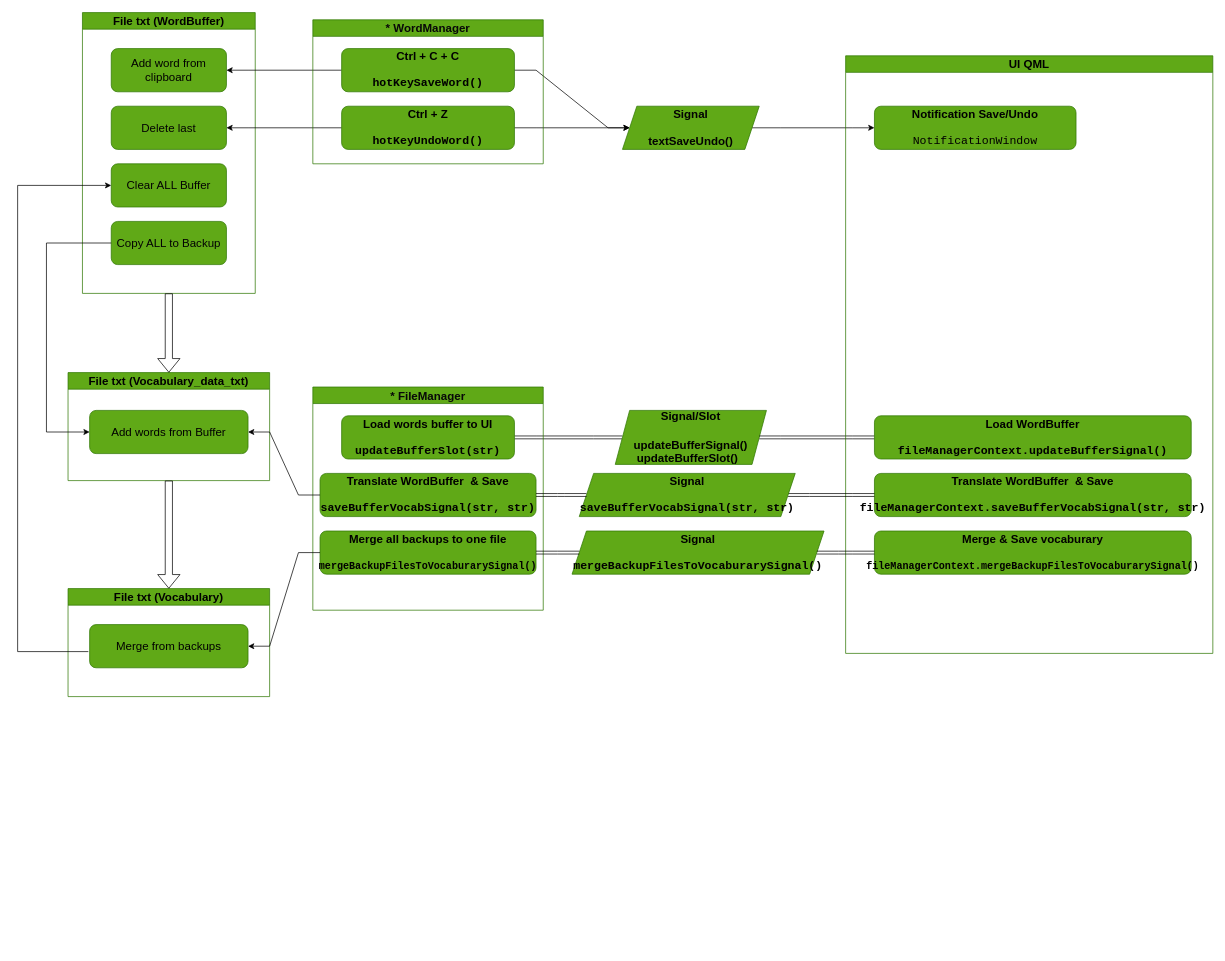
This is Logic.drawio from Spectre944/RememberIt, a draw.io file, before an edit. Source tidied: cells renumbered, new cells numbered last; positions are measured from the earlier drawing's top-left corner, leaving out a move shared by most shapes. Both pictures are drawn from the tidied source at 72%, with x=0, y=0 at pixel (17, 12).
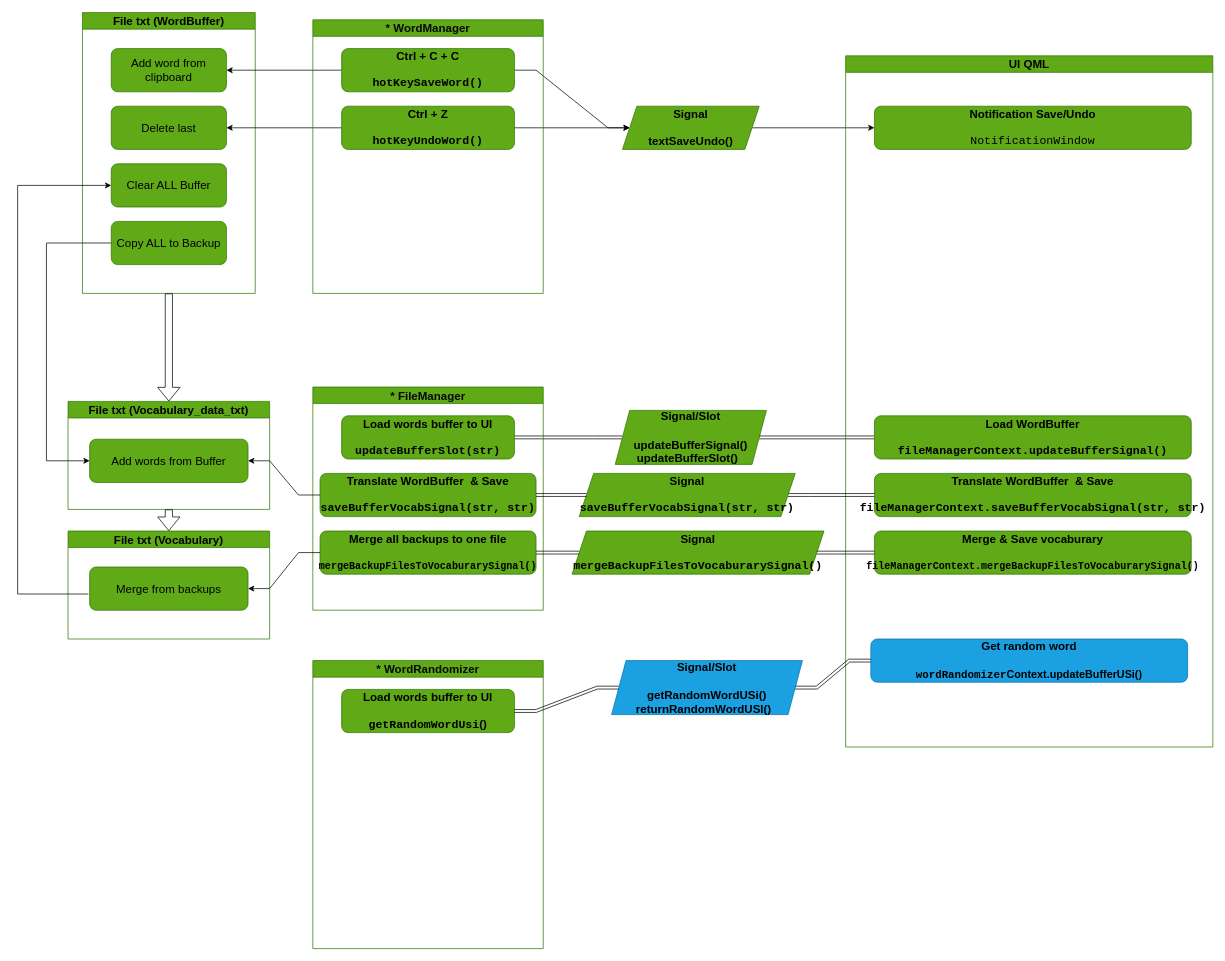
The same diagram, later.

Unchanged cells that the change refers to:
```xml
<mxCell id="12" value="&lt;font color=&quot;#030303&quot; style=&quot;font-size: 16px;&quot;&gt;Clear ALL Buffer&lt;/font&gt;" style="rounded=1;whiteSpace=wrap;html=1;fillColor=#60a917;fontColor=#ffffff;strokeColor=#2D7600;fontSize=16;" parent="9" vertex="1">
  <mxGeometry x="40" y="210" width="160" height="60" as="geometry" />
</mxCell>
<mxCell id="13" value="&lt;font color=&quot;#030303&quot; style=&quot;font-size: 16px;&quot;&gt;Copy ALL to Backup&lt;/font&gt;" style="rounded=1;whiteSpace=wrap;html=1;fillColor=#60a917;fontColor=#ffffff;strokeColor=#2D7600;fontSize=16;" parent="9" vertex="1">
  <mxGeometry x="40" y="290" width="160" height="60" as="geometry" />
</mxCell>
<mxCell id="29" value="&lt;font color=&quot;#000000&quot; style=&quot;font-size: 16px;&quot;&gt;Add words from Buffer&lt;/font&gt;" style="rounded=1;whiteSpace=wrap;html=1;fillColor=#60a917;fontColor=#ffffff;strokeColor=#2D7600;fontSize=16;" parent="28" vertex="1">
  <mxGeometry x="30" y="52.5" width="220" height="60" as="geometry" />
</mxCell>
<mxCell id="38" value="&lt;font color=&quot;#000000&quot; style=&quot;font-size: 16px;&quot;&gt;Merge from backups&lt;/font&gt;" style="rounded=1;whiteSpace=wrap;html=1;fillColor=#60a917;fontColor=#ffffff;strokeColor=#2D7600;fontSize=16;" parent="37" vertex="1">
  <mxGeometry x="30" y="50" width="220" height="60" as="geometry" />
</mxCell>
```

The edit, as a diff of the source:
```diff
@@
     <mxCell id="16" value="&lt;b style=&quot;border-color: var(--border-color); color: rgb(8, 8, 8); font-size: 16px;&quot;&gt;* WordManager&lt;/b&gt;" style="swimlane;whiteSpace=wrap;html=1;fillColor=#60a917;fontColor=#ffffff;strokeColor=#2D7600;" parent="1" vertex="1">
-      <mxGeometry x="410" y="10" width="320" height="200" as="geometry" />
+      <mxGeometry x="410" y="10" width="320" height="380" as="geometry" />
     </mxCell>
@@
     <mxCell id="23" value="&lt;font style=&quot;font-size: 16px;&quot; color=&quot;#000000&quot;&gt;UI QML&lt;/font&gt;" style="swimlane;whiteSpace=wrap;html=1;fillColor=#60a917;fontColor=#ffffff;strokeColor=#2D7600;" parent="1" vertex="1">
-      <mxGeometry x="1150" y="60" width="510" height="830" as="geometry" />
+      <mxGeometry x="1150" y="60" width="510" height="960" as="geometry" />
     </mxCell>
     <mxCell id="24" value="&lt;b&gt;&lt;font color=&quot;#000000&quot;&gt;Notification Save/Undo&lt;br&gt;&lt;br&gt;&lt;/font&gt;&lt;/b&gt;&lt;pre style=&quot;margin-top: 0px; margin-bottom: 0px;&quot;&gt;&lt;font color=&quot;#000000&quot;&gt;NotificationWindow&lt;/font&gt;&lt;/pre&gt;" style="rounded=1;whiteSpace=wrap;html=1;fontSize=16;fillColor=#60a917;fontColor=#ffffff;strokeColor=#2D7600;" parent="23" vertex="1">
-      <mxGeometry x="40" y="70" width="280" height="60" as="geometry" />
+      <mxGeometry x="40" y="70" width="440" height="60" as="geometry" />
     </mxCell>
@@
+    <mxCell id="44" value="&lt;font color=&quot;#000000&quot;&gt;Get random word&lt;br&gt;&lt;br&gt;&lt;/font&gt;&lt;font style=&quot;font-size: 15px;&quot;&gt;&lt;font style=&quot;font-size: 15px;&quot; face=&quot;monospace&quot; color=&quot;#000000&quot;&gt;wordRandomizer&lt;/font&gt;&lt;span style=&quot;color: rgb(0, 0, 0); background-color: initial;&quot;&gt;Context.updateBufferUSi()&lt;/span&gt;&lt;/font&gt;&lt;font face=&quot;monospace&quot; color=&quot;#000000&quot;&gt;&lt;br&gt;&lt;/font&gt;" style="rounded=1;whiteSpace=wrap;html=1;fontSize=16;fontColor=#ffffff;fontStyle=1;fillColor=#1ba1e2;strokeColor=#006EAF;" parent="23" vertex="1">
+      <mxGeometry x="35" y="810" width="440" height="60" as="geometry" />
+    </mxCell>
     <mxCell id="28" value="&lt;font color=&quot;#000000&quot; style=&quot;font-size: 16px;&quot;&gt;File txt (Vocabulary_data_txt)&lt;/font&gt;" style="swimlane;whiteSpace=wrap;html=1;fillColor=#60a917;fontColor=#ffffff;strokeColor=#2D7600;" parent="1" vertex="1">
-      <mxGeometry x="70" y="500" width="280" height="150" as="geometry" />
+      <mxGeometry x="70" y="540" width="280" height="150" as="geometry" />
     </mxCell>
@@
     <mxCell id="37" value="&lt;font color=&quot;#000000&quot; style=&quot;font-size: 16px;&quot;&gt;File txt (Vocabulary)&lt;/font&gt;" style="swimlane;whiteSpace=wrap;html=1;fillColor=#60a917;fontColor=#ffffff;strokeColor=#2D7600;" parent="1" vertex="1">
-      <mxGeometry x="70" y="800" width="280" height="150" as="geometry" />
+      <mxGeometry x="70" y="720" width="280" height="150" as="geometry" />
     </mxCell>
@@
     <mxCell id="42" style="endArrow=classic;html=1;rounded=0;exitX=-0.008;exitY=0.625;exitDx=0;exitDy=0;exitPerimeter=0;entryX=0;entryY=0.5;entryDx=0;entryDy=0;edgeStyle=orthogonalEdgeStyle;" parent="1" edge="1" source="38" target="12">
       <mxGeometry relative="1" as="geometry">
         <Array as="points">
-          <mxPoint y="888" />
+          <mxPoint y="808" />
           <mxPoint y="240" />
         </Array>
       </mxGeometry>
     </mxCell>
     <mxCell id="43" style="endArrow=classic;html=1;rounded=0;exitX=0;exitY=0.5;exitDx=0;exitDy=0;entryX=0;entryY=0.5;entryDx=0;entryDy=0;edgeStyle=orthogonalEdgeStyle;" parent="1" edge="1" source="13" target="29">
       <mxGeometry relative="1" as="geometry">
         <Array as="points">
           <mxPoint x="40" y="320" />
-          <mxPoint x="40" y="583" />
+          <mxPoint x="40" y="623" />
         </Array>
       </mxGeometry>
     </mxCell>
+    <mxCell id="45" value="&lt;b style=&quot;border-color: var(--border-color); color: rgb(8, 8, 8); font-size: 16px;&quot;&gt;* WordRandomizer&lt;/b&gt;" style="swimlane;whiteSpace=wrap;html=1;fillColor=#60a917;fontColor=#ffffff;strokeColor=#2D7600;" parent="1" vertex="1">
+      <mxGeometry x="410" y="900" width="320" height="400" as="geometry" />
+    </mxCell>
+    <mxCell id="46" value="&lt;font color=&quot;#000000&quot; style=&quot;&quot;&gt;Load words buffer to UI&lt;br style=&quot;border-color: var(--border-color); font-size: 16px;&quot;&gt;&lt;br style=&quot;border-color: var(--border-color); font-size: 16px;&quot;&gt;&lt;div style=&quot;&quot;&gt;&lt;font face=&quot;monospace&quot;&gt;getRandomWordUsi&lt;/font&gt;&lt;span style=&quot;background-color: initial;&quot;&gt;()&lt;/span&gt;&lt;/div&gt;&lt;/font&gt;" style="rounded=1;whiteSpace=wrap;html=1;fontSize=16;fontStyle=1;fillColor=#60a917;fontColor=#ffffff;strokeColor=#2D7600;align=center;" parent="45" vertex="1">
+      <mxGeometry x="40" y="40" width="240" height="60" as="geometry" />
+    </mxCell>
+    <mxCell id="47" value="&lt;font color=&quot;#000000&quot;&gt;&lt;font style=&quot;border-color: var(--border-color);&quot;&gt;Signal/Slot&lt;br&gt;&lt;/font&gt;&lt;br&gt;getRandomWordUSi()&lt;br&gt;returnRandomWordUSl()&amp;nbsp;&amp;nbsp;&lt;/font&gt;" style="shape=parallelogram;perimeter=parallelogramPerimeter;whiteSpace=wrap;html=1;fixedSize=1;direction=west;fontSize=16;fontColor=#ffffff;fillColor=#1ba1e2;strokeColor=#006EAF;fontStyle=1;" parent="1" vertex="1">
+      <mxGeometry x="825" y="900" width="265" height="75" as="geometry" />
+    </mxCell>
+    <mxCell id="48" style="edgeStyle=entityRelationEdgeStyle;rounded=0;jettySize=auto;html=1;shape=link;exitX=0;exitY=0.5;exitDx=0;exitDy=0;entryX=0;entryY=0.5;entryDx=0;entryDy=0;" parent="1" edge="1" source="47" target="44">
+      <mxGeometry relative="1" as="geometry">
+        <Array as="points">
+          <mxPoint x="1020" y="880" />
+          <mxPoint x="990" y="840" />
+        </Array>
+      </mxGeometry>
+    </mxCell>
+    <mxCell id="49" style="edgeStyle=entityRelationEdgeStyle;rounded=0;jettySize=auto;html=1;shape=link;exitX=1;exitY=0.5;exitDx=0;exitDy=0;" parent="1" edge="1" source="47" target="46">
+      <mxGeometry relative="1" as="geometry">
+        <Array as="points">
+          <mxPoint x="1030" y="890" />
+          <mxPoint x="1000" y="850" />
+        </Array>
+      </mxGeometry>
+    </mxCell>
```
